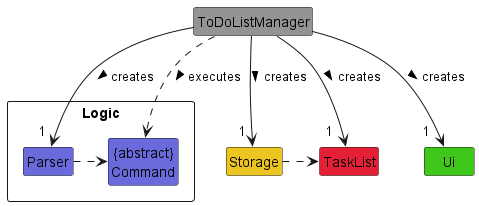
The PlantUML diagram docs/images/ManagerClassDiagram.png in nus-cs2113-AY2223S2/tp, before a commit.
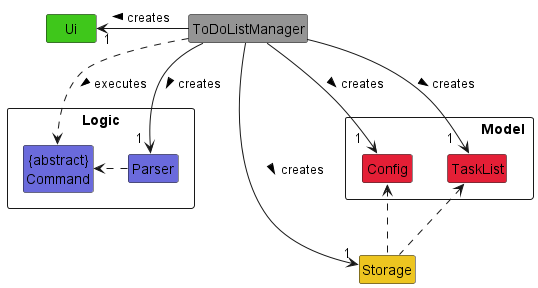
After the change.

Diff of the diagram source:
```diff
@@ -8,14 +8,19 @@
 class Parser COLOR_LOGIC
 class "{abstract}\nCommand" as Command COLOR_LOGIC
 }
+package "\t\t\t\tModel" <<Rectangle>> {
 class TaskList COLOR_TASK_LIST
+class Config COLOR_TASK_LIST
+}
 class Storage COLOR_STORAGE
 
-ToDoListManager -d-> "\t\t1" Ui : creates >
-ToDoListManager -d-> "\t1" Parser : creates >
+ToDoListManager -l-> "1\t" Ui : creates >
+ToDoListManager -u-> "\t1" Parser : creates >
 ToDoListManager -d-> "\t\t1" TaskList : creates >
-ToDoListManager -d-> "\t1" Storage : creates >
+ToDoListManager -d-> "\t\t1" Config : creates >
+ToDoListManager -d-> "1" Storage : creates\t >
 ToDoListManager .d.> Command : executes >
 Parser .r.> Command
-Storage .r> TaskList
+Storage .u.> TaskList
+Storage .u.> Config
 @enduml
```
